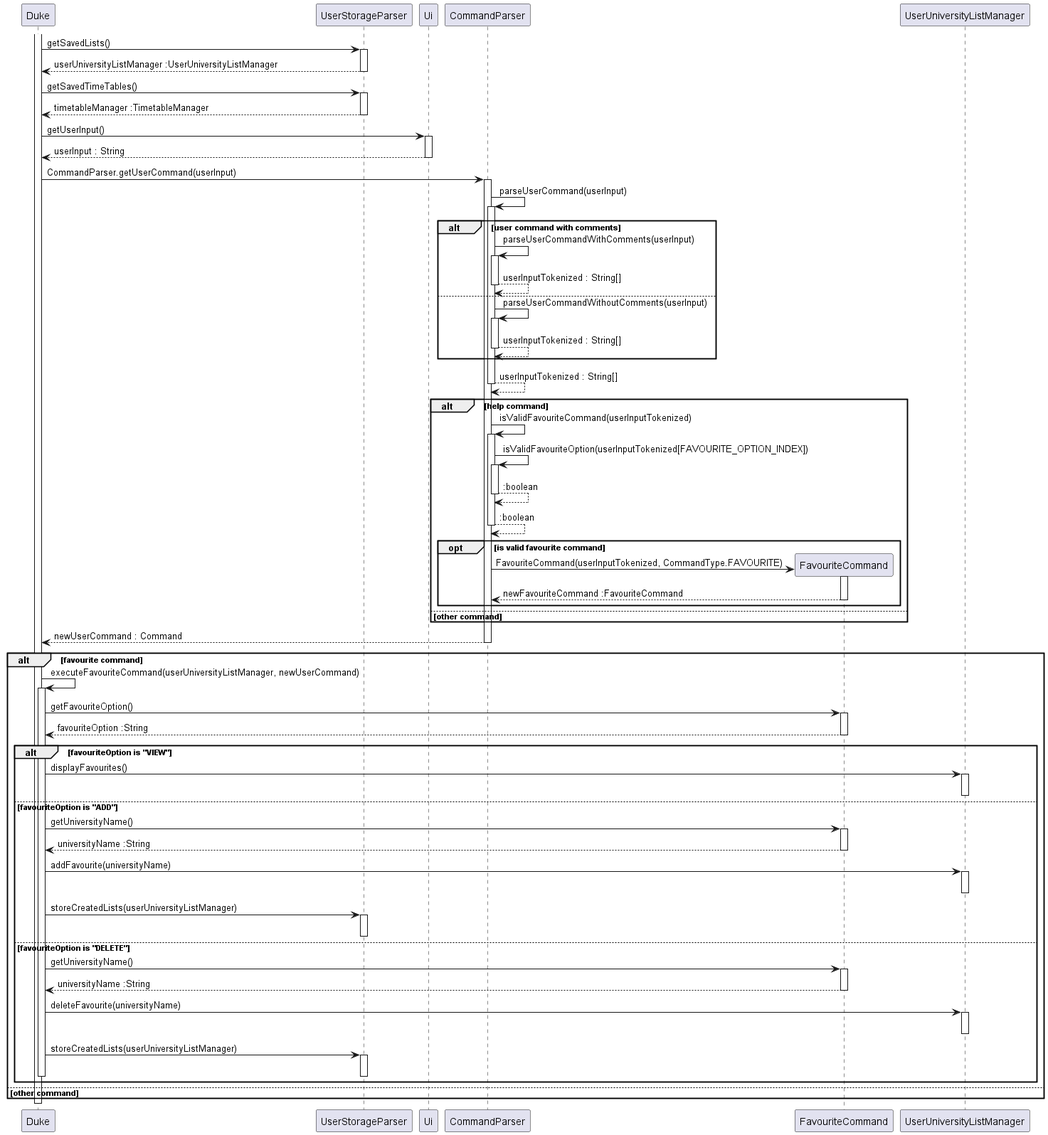
This is docs/images/FavouriteCommand_Sequence.png from nus-cs2113-AY2223S1/tp, a PlantUML export, as it was before one commit.
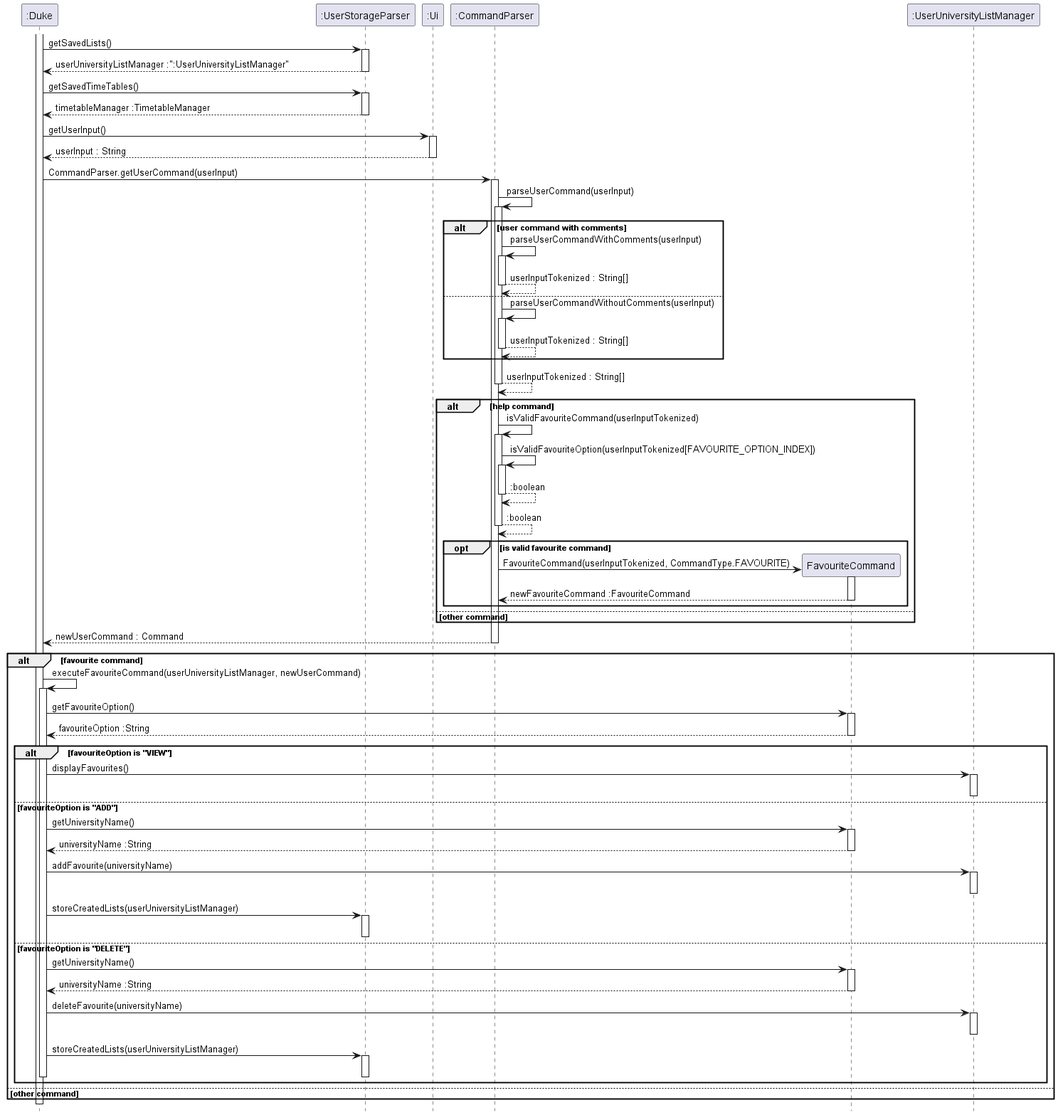
After the commit.

Commit message:
Update sequence diagrams

What changed in the source:
```diff
@@ -1,70 +1,71 @@
 @startuml
+hide footbox
 
-activate Duke
+activate ":Duke"
 
-Duke -> UserStorageParser : getSavedLists()
-activate UserStorageParser
+":Duke" -> ":UserStorageParser" : getSavedLists()
+activate ":UserStorageParser"
 
-UserStorageParser --> Duke : userUniversityListManager :UserUniversityListManager
-deactivate UserStorageParser
+":UserStorageParser" --> ":Duke" : userUniversityListManager :":UserUniversityListManager"
+deactivate ":UserStorageParser"
 
-Duke -> UserStorageParser : getSavedTimeTables()
-activate UserStorageParser
+":Duke" -> ":UserStorageParser" : getSavedTimeTables()
+activate ":UserStorageParser"
 
-UserStorageParser --> Duke : timetableManager :TimetableManager
-deactivate UserStorageParser
+":UserStorageParser" --> ":Duke" : timetableManager :TimetableManager
+deactivate ":UserStorageParser"
 
-Duke -> Ui : getUserInput()
-activate Ui
+":Duke" -> ":Ui" : getUserInput()
+activate ":Ui"
 
-Ui --> Duke : userInput : String
-deactivate Ui
+":Ui" --> ":Duke" : userInput : String
+deactivate ":Ui"
 
-Duke -> CommandParser : CommandParser.getUserCommand(userInput)
-activate CommandParser
+":Duke" -> ":CommandParser" : CommandParser.getUserCommand(userInput)
+activate ":CommandParser"
 
-CommandParser -> CommandParser : parseUserCommand(userInput)
-activate CommandParser
+":CommandParser" -> ":CommandParser" : parseUserCommand(userInput)
+activate ":CommandParser"
 
 alt user command with comments
-    CommandParser -> CommandParser : parseUserCommandWithComments(userInput)
-    activate CommandParser
+    ":CommandParser" -> ":CommandParser" : parseUserCommandWithComments(userInput)
+    activate ":CommandParser"
 
-    CommandParser --> CommandParser : userInputTokenized : String[]
-    deactivate CommandParser
+    ":CommandParser" --> ":CommandParser" : userInputTokenized : String[]
+    deactivate ":CommandParser"
 
 else
-    CommandParser -> CommandParser : parseUserCommandWithoutComments(userInput)
-    activate CommandParser
+    ":CommandParser" -> ":CommandParser" : parseUserCommandWithoutComments(userInput)
+    activate ":CommandParser"
 
-    CommandParser --> CommandParser : userInputTokenized : String[]
-    deactivate CommandParser
+    ":CommandParser" --> ":CommandParser" : userInputTokenized : String[]
+    deactivate ":CommandParser"
 end
 
-CommandParser --> CommandParser : userInputTokenized : String[]
-deactivate CommandParser
+":CommandParser" --> ":CommandParser" : userInputTokenized : String[]
+deactivate ":CommandParser"
 
 alt help command
 
-    CommandParser -> CommandParser : isValidFavouriteCommand(userInputTokenized)
-    activate CommandParser
+    ":CommandParser" -> ":CommandParser" : isValidFavouriteCommand(userInputTokenized)
+    activate ":CommandParser"
 
-    CommandParser -> CommandParser : isValidFavouriteOption(userInputTokenized[FAVOURITE_OPTION_INDEX])
-    activate CommandParser
+    ":CommandParser" -> ":CommandParser" : isValidFavouriteOption(userInputTokenized[FAVOURITE_OPTION_INDEX])
+    activate ":CommandParser"
 
-    CommandParser --> CommandParser : :boolean
-    deactivate CommandParser
+    ":CommandParser" --> ":CommandParser" : :boolean
+    deactivate ":CommandParser"
 
-    CommandParser --> CommandParser : :boolean
-    deactivate CommandParser
+    ":CommandParser" --> ":CommandParser" : :boolean
+    deactivate ":CommandParser"
 
     opt is valid favourite command
 
         create FavouriteCommand
-        CommandParser -> FavouriteCommand : FavouriteCommand(userInputTokenized, CommandType.FAVOURITE)
+        ":CommandParser" -> FavouriteCommand : FavouriteCommand(userInputTokenized, CommandType.FAVOURITE)
         activate FavouriteCommand
 
-        FavouriteCommand --> CommandParser : newFavouriteCommand :FavouriteCommand
+        FavouriteCommand --> ":CommandParser" : newFavouriteCommand :FavouriteCommand
         deactivate FavouriteCommand
     end
 
@@ -72,58 +73,58 @@
 
 end
 
-CommandParser --> Duke : newUserCommand : Command
-deactivate CommandParser
+":CommandParser" --> ":Duke" : newUserCommand : Command
+deactivate ":CommandParser"
 
 alt favourite command
 
-Duke -> Duke : executeFavouriteCommand(userUniversityListManager, newUserCommand)
-activate Duke
+":Duke" -> ":Duke" : executeFavouriteCommand(userUniversityListManager, newUserCommand)
+activate ":Duke"
 
-Duke -> FavouriteCommand : getFavouriteOption()
+":Duke" -> FavouriteCommand : getFavouriteOption()
 activate FavouriteCommand
 
-FavouriteCommand --> Duke : favouriteOption :String
+FavouriteCommand --> ":Duke" : favouriteOption :String
 deactivate FavouriteCommand
 
 alt favouriteOption is "VIEW"
-Duke -> UserUniversityListManager : displayFavourites()
-activate UserUniversityListManager
+":Duke" -> ":UserUniversityListManager" : displayFavourites()
+activate ":UserUniversityListManager"
 
-deactivate UserUniversityListManager
+deactivate ":UserUniversityListManager"
 else favouriteOption is "ADD"
-Duke -> FavouriteCommand : getUniversityName()
+":Duke" -> FavouriteCommand : getUniversityName()
 activate FavouriteCommand
 
-FavouriteCommand --> Duke : universityName :String
+FavouriteCommand --> ":Duke" : universityName :String
 deactivate FavouriteCommand
-Duke -> UserUniversityListManager : addFavourite(universityName)
-activate UserUniversityListManager
+":Duke" -> ":UserUniversityListManager" : addFavourite(universityName)
+activate ":UserUniversityListManager"
 
-deactivate UserUniversityListManager
-Duke -> UserStorageParser : storeCreatedLists(userUniversityListManager)
-activate UserStorageParser
+deactivate ":UserUniversityListManager"
+":Duke" -> ":UserStorageParser" : storeCreatedLists(userUniversityListManager)
+activate ":UserStorageParser"
 
-deactivate UserStorageParser
+deactivate ":UserStorageParser"
 else favouriteOption is "DELETE"
-Duke -> FavouriteCommand : getUniversityName()
+":Duke" -> FavouriteCommand : getUniversityName()
 activate FavouriteCommand
 
-FavouriteCommand --> Duke : universityName :String
+FavouriteCommand --> ":Duke" : universityName :String
 deactivate FavouriteCommand
-Duke -> UserUniversityListManager : deleteFavourite(universityName)
-activate UserUniversityListManager
+":Duke" -> ":UserUniversityListManager" : deleteFavourite(universityName)
+activate ":UserUniversityListManager"
 
-deactivate UserUniversityListManager
-Duke -> UserStorageParser : storeCreatedLists(userUniversityListManager)
-activate UserStorageParser
+deactivate ":UserUniversityListManager"
+":Duke" -> ":UserStorageParser" : storeCreatedLists(userUniversityListManager)
+activate ":UserStorageParser"
 
-deactivate UserStorageParser
+deactivate ":UserStorageParser"
 
-deactivate Duke
+deactivate ":Duke"
 end
 else other command
 end
-deactivate Duke
+deactivate ":Duke"
 
 @enduml
```
